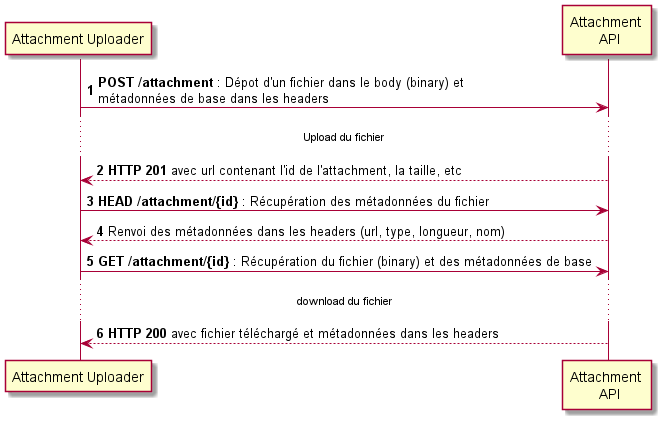
This is sequence.png from before-interop/attachment, a PlantUML export, as it was before one commit. The source it was exported from:
```plantuml
@startuml
autonumber

"Attachment Uploader" -> "Attachment \n API" : **POST /attachment** : Dépot d'un fichier dans le body (binary) et \nmétadonnées de base dans les headers
... Upload du fichier ...
"Attachment \n API" --> "Attachment Uploader" : **HTTP 201** avec url contenant l'id de l'attachment, la taille, etc
"Attachment Uploader" -> "Attachment \n API" : **HEAD /attachment/{id}** : Récupération des métadonnées du fichier
"Attachment \n API" --> "Attachment Uploader" : Renvoi des métadonnées dans les headers (url, type, longueur, nom)
"Attachment Uploader" -> "Attachment \n API" : **GET /attachment/{id}** : Récupération du fichier (binary) et des métadonnées de base
... download du fichier ...
"Attachment \n API" --> "Attachment Uploader" : **HTTP 200** avec fichier téléchargé et métadonnées dans les headers
@enduml
```
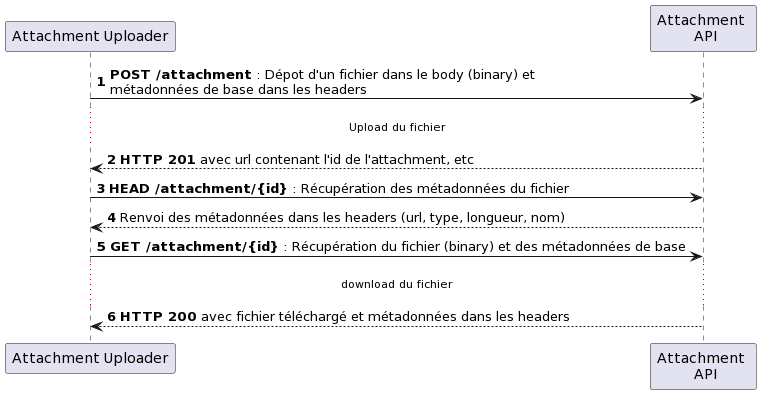
The same diagram one commit later.

The edit, as a diff of the source:
```diff
@@ -3,7 +3,7 @@
 
 "Attachment Uploader" -> "Attachment \n API" : **POST /attachment** : Dépot d'un fichier dans le body (binary) et \nmétadonnées de base dans les headers
 ... Upload du fichier ...
-"Attachment \n API" --> "Attachment Uploader" : **HTTP 201** avec url contenant l'id de l'attachment, la taille, etc
+"Attachment \n API" --> "Attachment Uploader" : **HTTP 201** avec url contenant l'id de l'attachment, etc
 "Attachment Uploader" -> "Attachment \n API" : **HEAD /attachment/{id}** : Récupération des métadonnées du fichier
 "Attachment \n API" --> "Attachment Uploader" : Renvoi des métadonnées dans les headers (url, type, longueur, nom)
 "Attachment Uploader" -> "Attachment \n API" : **GET /attachment/{id}** : Récupération du fichier (binary) et des métadonnées de base
```
